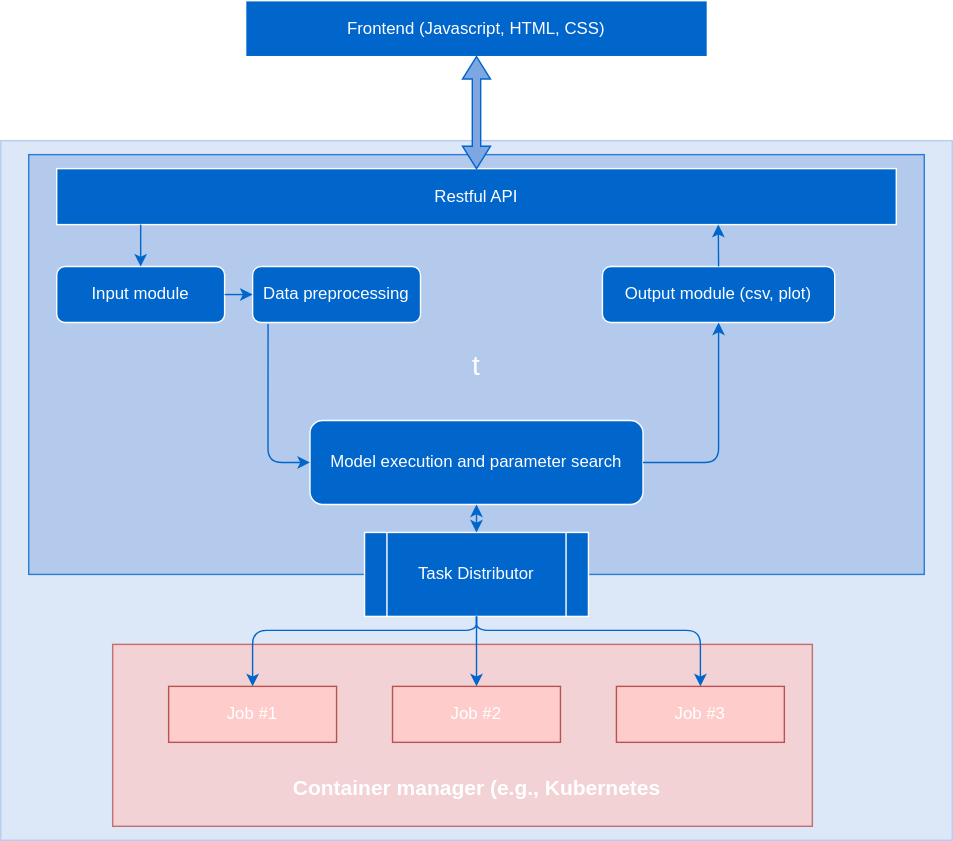
This is docs/assets/rishi_arch.svg from MS-ASE-2020/team-aicloud, a draw.io export, as it was before one commit. Source tidied: cells renumbered, new cells last; positions are measured from the earlier drawing's top-left corner, leaving out a move shared by most shapes. Source of this version:
```xml
<mxGraphModel>
  <root>
    <mxCell id="0" />
    <mxCell id="1" parent="0" />
    <mxCell id="2" style="rounded=0;whiteSpace=wrap;html=1;strokeColor=#A9C4EB;opacity=80;fillColor=#D4E1F5;" parent="1" vertex="1">
      <mxGeometry y="100" width="680" height="500" as="geometry" />
    </mxCell>
    <mxCell id="3" value="&lt;font style=&quot;font-size: 20px&quot; color=&quot;#ffffff&quot;&gt;t&lt;/font&gt;" style="rounded=0;whiteSpace=wrap;html=1;strokeColor=#0066CC;opacity=80;fillColor=#A9C4EB;" parent="1" vertex="1">
      <mxGeometry x="20" y="110" width="640" height="300" as="geometry" />
    </mxCell>
    <mxCell id="4" value="&lt;font color=&quot;#ffffff&quot;&gt;&lt;span&gt;Frontend (Javascript, HTML, CSS)&lt;/span&gt;&lt;/font&gt;" style="rounded=0;whiteSpace=wrap;html=1;fillColor=#0066CC;strokeColor=#FFFFFF;" parent="1" vertex="1">
      <mxGeometry x="175" width="330" height="40" as="geometry" />
    </mxCell>
    <mxCell id="5" value="&lt;font color=&quot;#ffffff&quot;&gt;&lt;span&gt;Restful API&lt;/span&gt;&lt;/font&gt;" style="rounded=0;whiteSpace=wrap;html=1;fillColor=#0066CC;strokeColor=#FFFFFF;" parent="1" vertex="1">
      <mxGeometry x="40" y="120" width="600" height="40" as="geometry" />
    </mxCell>
    <mxCell id="6" style="shape=doubleArrow;direction=south;whiteSpace=wrap;html=1;fillColor=#7EA6E0;strokeColor=#0066CC;" parent="1" vertex="1">
      <mxGeometry x="330" y="40" width="20" height="80" as="geometry" />
    </mxCell>
    <mxCell id="7" value="Task Distributor" style="shape=process;whiteSpace=wrap;html=1;backgroundOutline=1;fillColor=#0066CC;fontColor=#FFFFFF;strokeColor=#FFFFFF;" parent="1" vertex="1">
      <mxGeometry x="260" y="380" width="160" height="60" as="geometry" />
    </mxCell>
    <mxCell id="8" value="Input module" style="rounded=1;whiteSpace=wrap;html=1;strokeColor=#FFFFFF;fontColor=#FFFFFF;fillColor=#0066CC;" parent="1" vertex="1">
      <mxGeometry x="40" y="190" width="120" height="40" as="geometry" />
    </mxCell>
    <mxCell id="9" value="Data preprocessing" style="whiteSpace=wrap;html=1;rounded=1;fontColor=#FFFFFF;strokeColor=#FFFFFF;fillColor=#0066CC;" parent="1" vertex="1">
      <mxGeometry x="180" y="190" width="120" height="40" as="geometry" />
    </mxCell>
    <mxCell id="10" value="Output module (csv, plot)" style="whiteSpace=wrap;html=1;rounded=1;fontColor=#FFFFFF;strokeColor=#FFFFFF;fillColor=#0066CC;" parent="1" vertex="1">
      <mxGeometry x="430" y="190" width="166" height="40" as="geometry" />
    </mxCell>
    <mxCell id="11" style="endArrow=classic;html=1;strokeColor=#0066CC;fontColor=#FFFFFF;exitX=1;exitY=0.5;exitDx=0;exitDy=0;entryX=0;entryY=0.5;entryDx=0;entryDy=0;" parent="1" edge="1" source="8" target="9">
      <mxGeometry relative="1" as="geometry" />
    </mxCell>
    <mxCell id="12" value="Model execution and parameter search" style="rounded=1;whiteSpace=wrap;html=1;strokeColor=#FFFFFF;fillColor=#0066CC;fontColor=#FFFFFF;" parent="1" vertex="1">
      <mxGeometry x="221" y="300" width="238" height="60" as="geometry" />
    </mxCell>
    <mxCell id="13" style="edgeStyle=segmentEdgeStyle;endArrow=classic;html=1;strokeColor=#0066CC;fontColor=#FFFFFF;exitX=0.092;exitY=1.025;exitDx=0;exitDy=0;entryX=0;entryY=0.5;entryDx=0;entryDy=0;exitPerimeter=0;" parent="1" edge="1" source="9" target="12">
      <mxGeometry relative="1" as="geometry">
        <Array as="points">
          <mxPoint x="191" y="330" />
        </Array>
      </mxGeometry>
    </mxCell>
    <mxCell id="14" style="endArrow=classic;startArrow=classic;html=1;strokeColor=#0066CC;fontColor=#FFFFFF;entryX=0.5;entryY=1;entryDx=0;entryDy=0;exitX=0.5;exitY=0;exitDx=0;exitDy=0;" parent="1" edge="1" source="7" target="12">
      <mxGeometry relative="1" as="geometry" />
    </mxCell>
    <mxCell id="15" style="edgeStyle=segmentEdgeStyle;endArrow=classic;html=1;strokeColor=#0066CC;fontColor=#FFFFFF;exitX=1;exitY=0.5;exitDx=0;exitDy=0;entryX=0.5;entryY=1;entryDx=0;entryDy=0;" parent="1" edge="1" source="12" target="10">
      <mxGeometry relative="1" as="geometry">
        <Array as="points">
          <mxPoint x="513" y="330" />
        </Array>
      </mxGeometry>
    </mxCell>
    <mxCell id="16" style="rounded=0;whiteSpace=wrap;html=1;strokeColor=#b85450;fillColor=#f8cecc;fontColor=#FFFFFF;opacity=80;" parent="1" vertex="1">
      <mxGeometry x="80" y="460" width="500" height="130" as="geometry" />
    </mxCell>
    <mxCell id="17" value="&lt;font color=&quot;#ffffff&quot;&gt;Job #1&lt;span style=&quot;font-family: monospace ; font-size: 0px&quot;&gt;%3CmxGraphModel%3E%3Croot%3E%3CmxCell%20id%3D%220%22%2F%3E%3CmxCell%20id%3D%221%22%20parent%3D%220%22%2F%3E%3CmxCell%20id%3D%222%22%20value%3D%22%22%20style%3D%22edgeStyle%3DsegmentEdgeStyle%3BendArrow%3Dclassic%3Bhtml%3D1%3BstrokeColor%3D%230066CC%3BfontColor%3D%23FFFFFF%3BexitX%3D0.092%3BexitY%3D1.025%3BexitDx%3D0%3BexitDy%3D0%3BentryX%3D0%3BentryY%3D0.5%3BentryDx%3D0%3BentryDy%3D0%3BexitPerimeter%3D0%3B%22%20edge%3D%221%22%20parent%3D%221%22%3E%3CmxGeometry%20width%3D%2250%22%20height%3D%2250%22%20relative%3D%221%22%20as%3D%22geometry%22%3E%3CmxPoint%20x%3D%22271.03999999999996%22%20y%3D%22271%22%20as%3D%22sourcePoint%22%2F%3E%3CmxPoint%20x%3D%22301%22%20y%3D%22370%22%20as%3D%22targetPoint%22%2F%3E%3CArray%20as%3D%22points%22%3E%3CmxPoint%20x%3D%22271%22%20y%3D%22370%22%2F%3E%3C%2FArray%3E%3C%2FmxGeometry%3E%3C%2FmxCell%3E%3C%2Froot%3E%3C%2FmxGraphModel%3E&lt;/span&gt;&lt;/font&gt;" style="rounded=0;whiteSpace=wrap;html=1;strokeColor=#b85450;fillColor=#FFCCCC;" parent="1" vertex="1">
      <mxGeometry x="120" y="490" width="120" height="40" as="geometry" />
    </mxCell>
    <mxCell id="18" value="&lt;font color=&quot;#ffffff&quot;&gt;Job #2&lt;span style=&quot;font-family: monospace ; font-size: 0px&quot;&gt;%3CmxGraphModel%3E%3Croot%3E%3CmxCell%20id%3D%220%22%2F%3E%3CmxCell%20id%3D%221%22%20parent%3D%220%22%2F%3E%3CmxCell%20id%3D%222%22%20value%3D%22%22%20style%3D%22edgeStyle%3DsegmentEdgeStyle%3BendArrow%3Dclassic%3Bhtml%3D1%3BstrokeColor%3D%230066CC%3BfontColor%3D%23FFFFFF%3BexitX%3D0.092%3BexitY%3D1.025%3BexitDx%3D0%3BexitDy%3D0%3BentryX%3D0%3BentryY%3D0.5%3BentryDx%3D0%3BentryDy%3D0%3BexitPerimeter%3D0%3B%22%20edge%3D%221%22%20parent%3D%221%22%3E%3CmxGeometry%20width%3D%2250%22%20height%3D%2250%22%20relative%3D%221%22%20as%3D%22geometry%22%3E%3CmxPoint%20x%3D%22271.03999999999996%22%20y%3D%22271%22%20as%3D%22sourcePoint%22%2F%3E%3CmxPoint%20x%3D%22301%22%20y%3D%22370%22%20as%3D%22targetPoint%22%2F%3E%3CArray%20as%3D%22points%22%3E%3CmxPoint%20x%3D%22271%22%20y%3D%22370%22%2F%3E%3C%2FArray%3E%3C%2FmxGeometry%3E%3C%2FmxCell%3E%3C%2Froot%3E%3C%2FmxGraphModel%3E&lt;/span&gt;&lt;/font&gt;" style="rounded=0;whiteSpace=wrap;html=1;strokeColor=#b85450;fillColor=#FFCCCC;" parent="1" vertex="1">
      <mxGeometry x="280" y="490" width="120" height="40" as="geometry" />
    </mxCell>
    <mxCell id="19" value="&lt;font color=&quot;#ffffff&quot;&gt;Job #3&lt;span style=&quot;font-family: monospace ; font-size: 0px&quot;&gt;%3CmxGraphModel%3E%3Croot%3E%3CmxCell%20id%3D%220%22%2F%3E%3CmxCell%20id%3D%221%22%20parent%3D%220%22%2F%3E%3CmxCell%20id%3D%222%22%20value%3D%22%22%20style%3D%22edgeStyle%3DsegmentEdgeStyle%3BendArrow%3Dclassic%3Bhtml%3D1%3BstrokeColor%3D%230066CC%3BfontColor%3D%23FFFFFF%3BexitX%3D0.092%3BexitY%3D1.025%3BexitDx%3D0%3BexitDy%3D0%3BentryX%3D0%3BentryY%3D0.5%3BentryDx%3D0%3BentryDy%3D0%3BexitPerimeter%3D0%3B%22%20edge%3D%221%22%20parent%3D%221%22%3E%3CmxGeometry%20width%3D%2250%22%20height%3D%2250%22%20relative%3D%221%22%20as%3D%22geometry%22%3E%3CmxPoint%20x%3D%22271.03999999999996%22%20y%3D%22271%22%20as%3D%22sourcePoint%22%2F%3E%3CmxPoint%20x%3D%22301%22%20y%3D%22370%22%20as%3D%22targetPoint%22%2F%3E%3CArray%20as%3D%22points%22%3E%3CmxPoint%20x%3D%22271%22%20y%3D%22370%22%2F%3E%3C%2FArray%3E%3C%2FmxGeometry%3E%3C%2FmxCell%3E%3C%2Froot%3E%3C%2FmxGraphModel%3E&lt;/span&gt;&lt;/font&gt;" style="rounded=0;whiteSpace=wrap;html=1;strokeColor=#b85450;fillColor=#FFCCCC;" parent="1" vertex="1">
      <mxGeometry x="440" y="490" width="120" height="40" as="geometry" />
    </mxCell>
    <mxCell id="20" style="endArrow=classic;html=1;strokeColor=#0066CC;fontColor=#FFFFFF;entryX=0.5;entryY=0;entryDx=0;entryDy=0;" parent="1" edge="1" target="8">
      <mxGeometry relative="1" as="geometry">
        <mxPoint x="100" y="160" as="sourcePoint" />
      </mxGeometry>
    </mxCell>
    <mxCell id="21" style="endArrow=classic;html=1;strokeColor=#0066CC;fontColor=#FFFFFF;exitX=0.5;exitY=0;exitDx=0;exitDy=0;entryX=0.788;entryY=1;entryDx=0;entryDy=0;entryPerimeter=0;" parent="1" edge="1" source="10" target="5">
      <mxGeometry relative="1" as="geometry" />
    </mxCell>
    <mxCell id="22" value="&lt;span style=&quot;font-size: 15px&quot;&gt;&lt;font color=&quot;#ffffff&quot;&gt;Container manager (e.g., Kubernetes&lt;/font&gt;&lt;/span&gt;" style="text;strokeColor=none;fillColor=none;html=1;fontSize=24;fontStyle=1;verticalAlign=middle;align=center;" parent="1" vertex="1">
      <mxGeometry x="200" y="540" width="280" height="40" as="geometry" />
    </mxCell>
    <mxCell id="23" style="edgeStyle=segmentEdgeStyle;endArrow=classic;html=1;strokeColor=#0066CC;fontColor=#FFFFFF;exitX=0.5;exitY=1;exitDx=0;exitDy=0;entryX=0.5;entryY=0;entryDx=0;entryDy=0;" parent="1" edge="1" source="7" target="17">
      <mxGeometry relative="1" as="geometry">
        <Array as="points">
          <mxPoint x="340" y="450" />
          <mxPoint x="180" y="450" />
        </Array>
      </mxGeometry>
    </mxCell>
    <mxCell id="24" style="edgeStyle=segmentEdgeStyle;endArrow=classic;html=1;strokeColor=#0066CC;fontColor=#FFFFFF;exitX=0.5;exitY=1;exitDx=0;exitDy=0;entryX=0.5;entryY=0;entryDx=0;entryDy=0;" parent="1" edge="1" source="7" target="19">
      <mxGeometry relative="1" as="geometry">
        <Array as="points">
          <mxPoint x="340" y="450" />
          <mxPoint x="500" y="450" />
        </Array>
      </mxGeometry>
    </mxCell>
    <mxCell id="25" style="endArrow=classic;html=1;strokeColor=#0066CC;fontColor=#FFFFFF;exitX=0.5;exitY=1;exitDx=0;exitDy=0;entryX=0.5;entryY=0;entryDx=0;entryDy=0;" parent="1" edge="1" source="7" target="18">
      <mxGeometry relative="1" as="geometry" />
    </mxCell>
  </root>
</mxGraphModel>
```
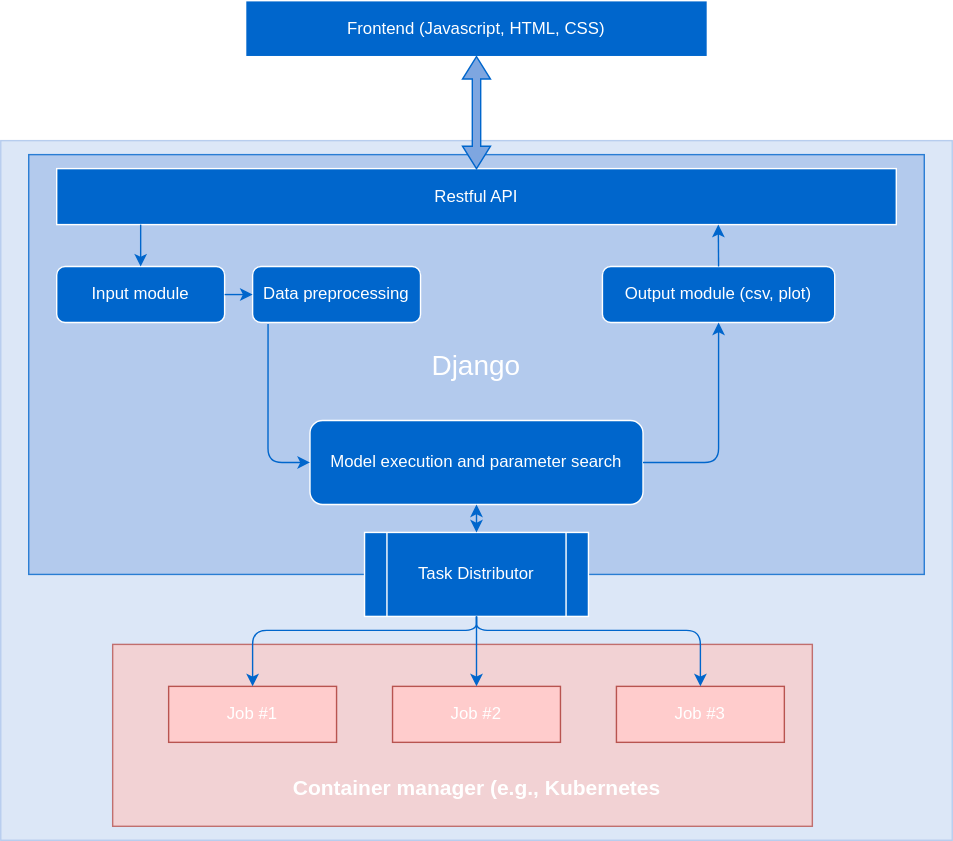
Above is the later version.

Commit message:
Update architecture graph

The edit, as a diff of the source:
```diff
@@ -5,7 +5,7 @@
     <mxCell id="2" style="rounded=0;whiteSpace=wrap;html=1;strokeColor=#A9C4EB;opacity=80;fillColor=#D4E1F5;" parent="1" vertex="1">
       <mxGeometry y="100" width="680" height="500" as="geometry" />
     </mxCell>
-    <mxCell id="3" value="&lt;font style=&quot;font-size: 20px&quot; color=&quot;#ffffff&quot;&gt;t&lt;/font&gt;" style="rounded=0;whiteSpace=wrap;html=1;strokeColor=#0066CC;opacity=80;fillColor=#A9C4EB;" parent="1" vertex="1">
+    <mxCell id="3" value="&lt;font color=&quot;#ffffff&quot;&gt;&lt;span style=&quot;font-size: 20px&quot;&gt;Django&lt;/span&gt;&lt;/font&gt;" style="rounded=0;whiteSpace=wrap;html=1;strokeColor=#0066CC;opacity=80;fillColor=#A9C4EB;" parent="1" vertex="1">
       <mxGeometry x="20" y="110" width="640" height="300" as="geometry" />
     </mxCell>
     <mxCell id="4" value="&lt;font color=&quot;#ffffff&quot;&gt;&lt;span&gt;Frontend (Javascript, HTML, CSS)&lt;/span&gt;&lt;/font&gt;" style="rounded=0;whiteSpace=wrap;html=1;fillColor=#0066CC;strokeColor=#FFFFFF;" parent="1" vertex="1">
```
